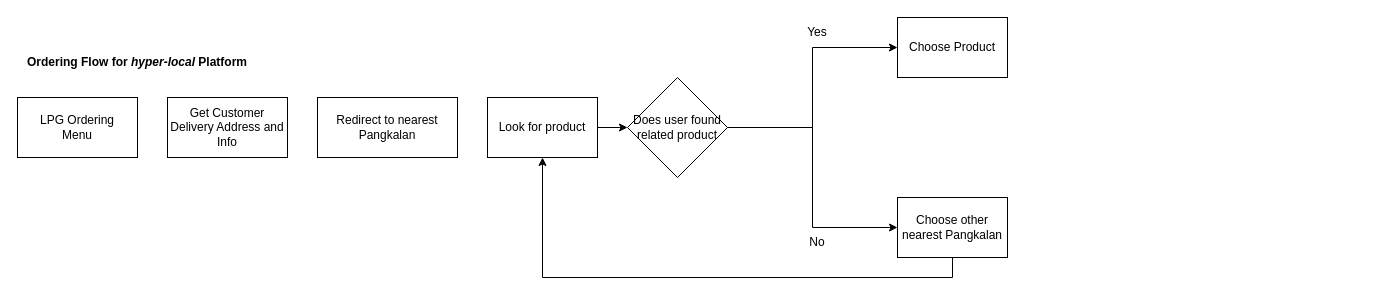
This is LPG ordering.drawio from stephendaniel31/draw.io, a draw.io file, before an edit. Source tidied: cells renumbered, new cells numbered last; positions are measured from the earlier drawing's top-left corner, leaving out a move shared by most shapes. Both pictures are drawn from the tidied source at 100%, with x=0, y=0 at pixel (17, 17).
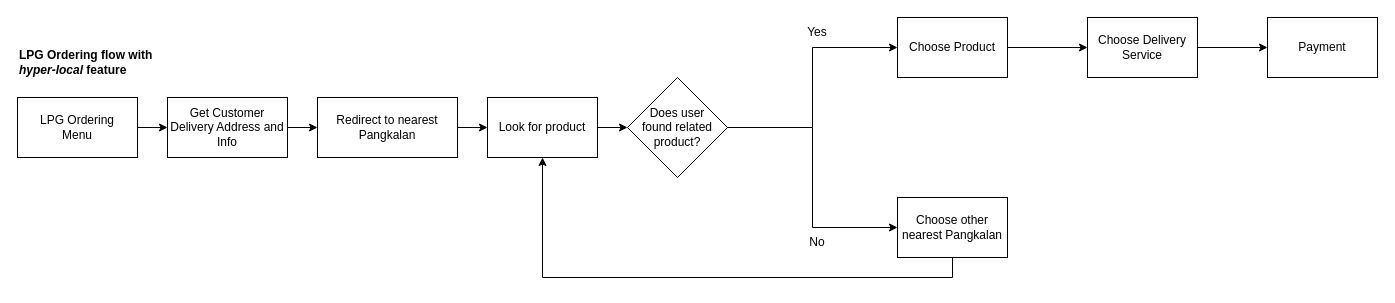
The same page after the edit.

Unchanged cells that the change refers to:
```xml
<mxCell id="2" value="LPG Ordering&lt;br&gt;Menu" style="rounded=0;whiteSpace=wrap;html=1;" parent="1" vertex="1">
  <mxGeometry y="80" width="120" height="60" as="geometry" />
</mxCell>
<mxCell id="3" value="Get Customer&lt;br&gt;Delivery Address and Info" style="rounded=0;whiteSpace=wrap;html=1;" parent="1" vertex="1">
  <mxGeometry x="150" y="80" width="120" height="60" as="geometry" />
</mxCell>
<mxCell id="4" value="Redirect to nearest Pangkalan" style="rounded=0;whiteSpace=wrap;html=1;" parent="1" vertex="1">
  <mxGeometry x="300" y="80" width="140" height="60" as="geometry" />
</mxCell>
<mxCell id="9" value="Look for product" style="rounded=0;whiteSpace=wrap;html=1;" parent="1" vertex="1">
  <mxGeometry x="470" y="80" width="110" height="60" as="geometry" />
</mxCell>
<mxCell id="10" value="Choose Product" style="rounded=0;whiteSpace=wrap;html=1;" parent="1" vertex="1">
  <mxGeometry x="880" width="110" height="60" as="geometry" />
</mxCell>
```

The edit, as a diff of the source:
```diff
@@
+    <mxCell id="16" style="edgeStyle=orthogonalEdgeStyle;rounded=0;jettySize=auto;html=1;exitX=1;exitY=0.5;exitDx=0;exitDy=0;entryX=0;entryY=0.5;entryDx=0;entryDy=0;" parent="1" edge="1" source="2" target="3">
+      <mxGeometry relative="1" as="geometry" />
+    </mxCell>
@@
+    <mxCell id="17" style="edgeStyle=orthogonalEdgeStyle;rounded=0;jettySize=auto;html=1;exitX=1;exitY=0.5;exitDx=0;exitDy=0;entryX=0;entryY=0.5;entryDx=0;entryDy=0;" parent="1" edge="1" source="3" target="4">
+      <mxGeometry relative="1" as="geometry" />
+    </mxCell>
@@
+    <mxCell id="18" style="edgeStyle=orthogonalEdgeStyle;rounded=0;jettySize=auto;html=1;exitX=1;exitY=0.5;exitDx=0;exitDy=0;entryX=0;entryY=0.5;entryDx=0;entryDy=0;" parent="1" edge="1" source="4" target="9">
+      <mxGeometry relative="1" as="geometry" />
+    </mxCell>
@@
-    <mxCell id="5" value="Ordering Flow for &lt;i&gt;hyper-local&lt;/i&gt; Platform" style="text;html=1;strokeColor=none;fillColor=none;align=center;verticalAlign=middle;whiteSpace=wrap;rounded=0;fontStyle=1;" parent="1" vertex="1">
+    <mxCell id="5" value="LPG Ordering flow with&lt;br&gt;&lt;i&gt;hyper-local&lt;/i&gt;&amp;nbsp;feature" style="text;html=1;strokeColor=none;fillColor=none;align=left;verticalAlign=middle;whiteSpace=wrap;rounded=0;fontStyle=1;" parent="1" vertex="1">
       <mxGeometry y="30" width="240" height="30" as="geometry" />
     </mxCell>
@@
+    <mxCell id="19" style="edgeStyle=orthogonalEdgeStyle;rounded=0;jettySize=auto;html=1;exitX=1;exitY=0.5;exitDx=0;exitDy=0;entryX=0;entryY=0.5;entryDx=0;entryDy=0;" parent="1" edge="1" source="10" target="21">
+      <mxGeometry relative="1" as="geometry" />
+    </mxCell>
@@
-    <mxCell id="15" value="Does user found related product" style="rhombus;whiteSpace=wrap;html=1;" parent="1" vertex="1">
+    <mxCell id="15" value="Does user&lt;br&gt;found related product?" style="rhombus;whiteSpace=wrap;html=1;" parent="1" vertex="1">
       <mxGeometry x="610" y="60" width="100" height="100" as="geometry" />
     </mxCell>
+    <mxCell id="20" style="edgeStyle=orthogonalEdgeStyle;rounded=0;jettySize=auto;html=1;exitX=1;exitY=0.5;exitDx=0;exitDy=0;entryX=0;entryY=0.5;entryDx=0;entryDy=0;" parent="1" edge="1" source="21" target="22">
+      <mxGeometry relative="1" as="geometry" />
+    </mxCell>
+    <mxCell id="21" value="Choose Delivery&lt;br&gt;Service" style="rounded=0;whiteSpace=wrap;html=1;" parent="1" vertex="1">
+      <mxGeometry x="1070" width="110" height="60" as="geometry" />
+    </mxCell>
+    <mxCell id="22" value="Payment" style="rounded=0;whiteSpace=wrap;html=1;" parent="1" vertex="1">
+      <mxGeometry x="1250" width="110" height="60" as="geometry" />
+    </mxCell>
```
